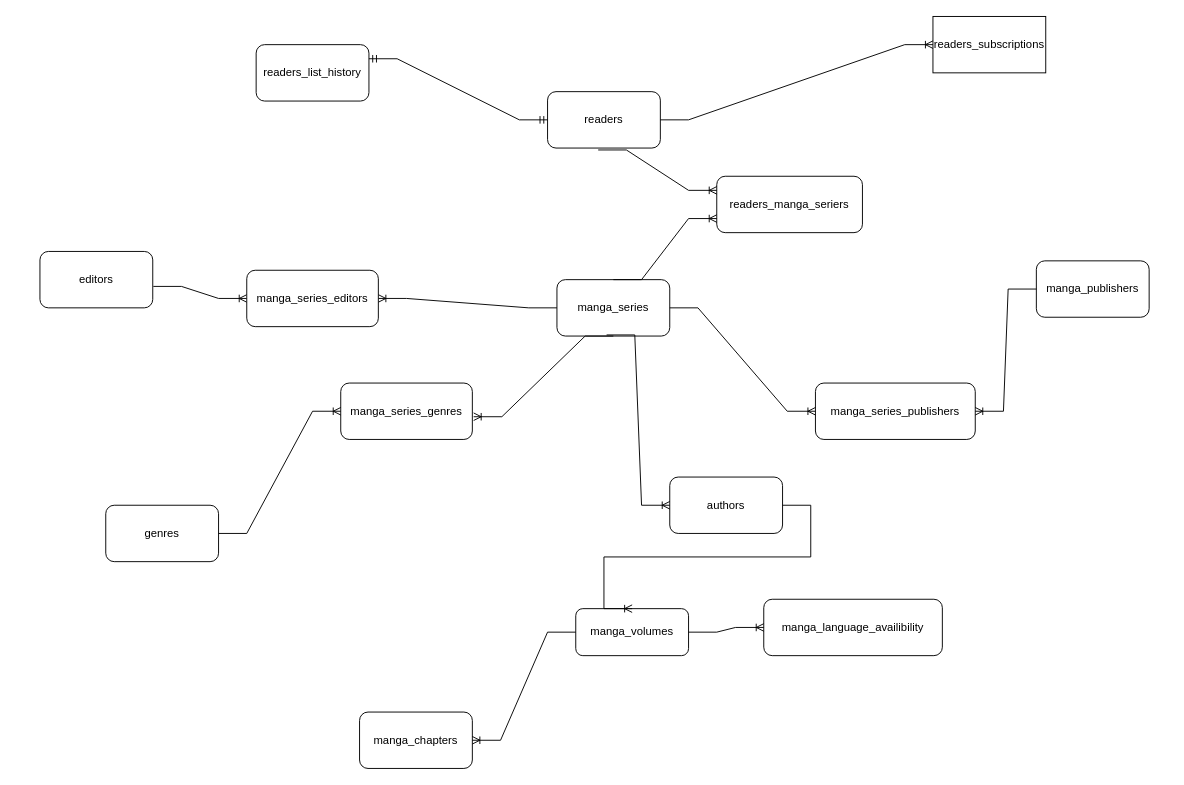
Earlier version of the draw.io diagram model_abstract.drawio (Celestin9/examen_sem_1.db). Source tidied: cells renumbered, new cells numbered last; positions are measured from the earlier drawing's top-left corner, leaving out a move shared by most shapes. Both pictures are drawn from the tidied source at 94%, with x=0, y=0 at pixel (39, 16).
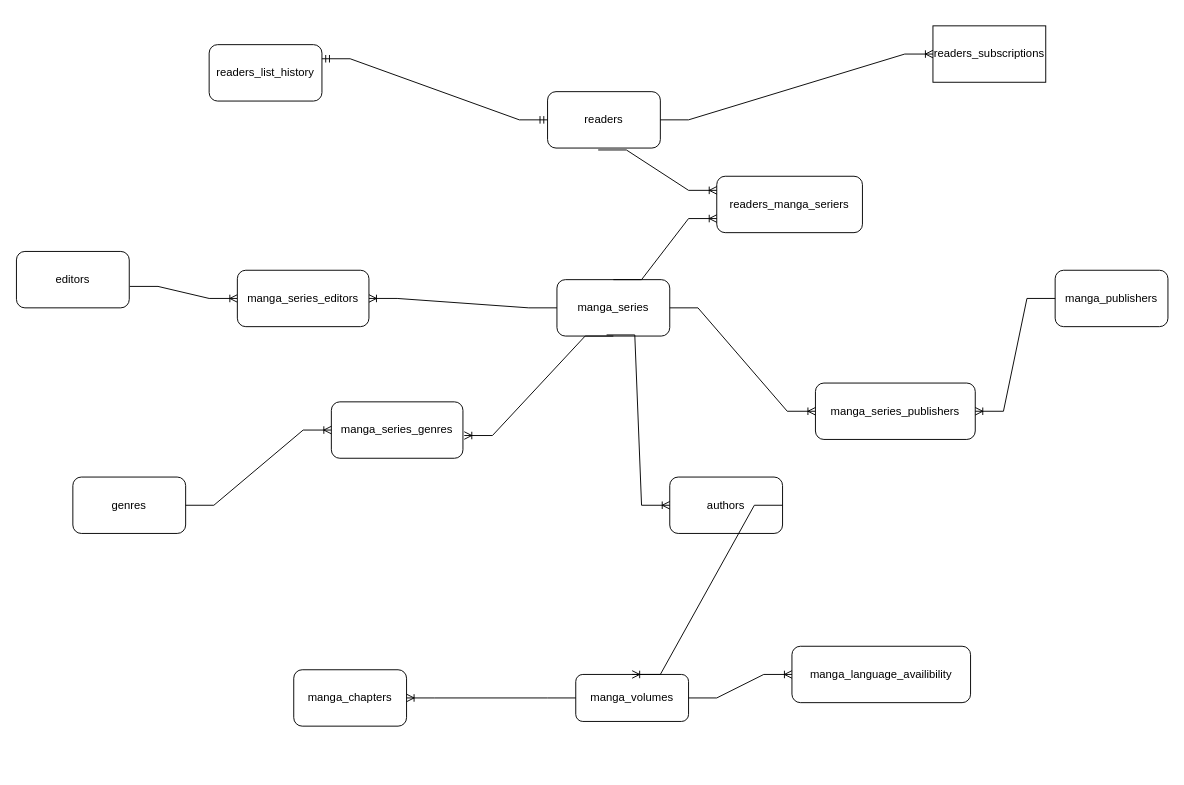
Above is the later version.

Unchanged cells that the change refers to:
```xml
<mxCell id="7" value="authors" style="rounded=1;whiteSpace=wrap;html=1;" parent="1" vertex="1">
  <mxGeometry x="670" y="490" width="120" height="60" as="geometry" />
</mxCell>
```

What changed in the source:
```diff
@@
     <mxCell id="3" value="manga_publishers" style="rounded=1;whiteSpace=wrap;html=1;" parent="1" vertex="1">
-      <mxGeometry x="1060" y="260" width="120" height="60" as="geometry" />
+      <mxGeometry x="1080" y="270" width="120" height="60" as="geometry" />
     </mxCell>
@@
     <mxCell id="8" value="manga_chapters" style="rounded=1;whiteSpace=wrap;html=1;" parent="1" vertex="1">
-      <mxGeometry x="340" y="740" width="120" height="60" as="geometry" />
+      <mxGeometry x="270" y="695" width="120" height="60" as="geometry" />
     </mxCell>
     <mxCell id="9" value="genres" style="rounded=1;whiteSpace=wrap;html=1;" parent="1" vertex="1">
-      <mxGeometry x="70" y="520" width="120" height="60" as="geometry" />
+      <mxGeometry x="35" y="490" width="120" height="60" as="geometry" />
     </mxCell>
     <mxCell id="10" value="manga_volumes" style="rounded=1;whiteSpace=wrap;html=1;" parent="1" vertex="1">
-      <mxGeometry x="570" y="630" width="120" height="50" as="geometry" />
+      <mxGeometry x="570" y="700" width="120" height="50" as="geometry" />
     </mxCell>
     <mxCell id="11" value="manga_language_availibility" style="rounded=1;whiteSpace=wrap;html=1;" parent="1" vertex="1">
-      <mxGeometry x="770" y="620" width="190" height="60" as="geometry" />
+      <mxGeometry x="800" y="670" width="190" height="60" as="geometry" />
     </mxCell>
     <mxCell id="12" value="editors" style="rounded=1;whiteSpace=wrap;html=1;" parent="1" vertex="1">
-      <mxGeometry y="250" width="120" height="60" as="geometry" />
+      <mxGeometry x="-25" y="250" width="120" height="60" as="geometry" />
     </mxCell>
@@
     <mxCell id="16" value="manga_series_editors" style="rounded=1;whiteSpace=wrap;html=1;" parent="1" vertex="1">
-      <mxGeometry x="220" y="270" width="140" height="60" as="geometry" />
+      <mxGeometry x="210" y="270" width="140" height="60" as="geometry" />
     </mxCell>
-    <mxCell id="17" style="edgeStyle=entityRelationEdgeStyle;fontSize=12;html=1;endArrow=ERoneToMany;rounded=0;exitX=1;exitY=0.5;exitDx=0;exitDy=0;" parent="1" edge="1" source="7">
-      <mxGeometry relative="1" as="geometry">
-        <mxPoint x="630" y="630" as="targetPoint" />
-      </mxGeometry>
+    <mxCell id="17" style="edgeStyle=entityRelationEdgeStyle;fontSize=12;html=1;endArrow=ERoneToMany;rounded=0;exitX=1;exitY=0.5;exitDx=0;exitDy=0;entryX=0.5;entryY=0;entryDx=0;entryDy=0;" parent="1" edge="1" source="7" target="10">
+      <mxGeometry relative="1" as="geometry" />
     </mxCell>
@@
     <mxCell id="20" value="manga_series_genres" style="rounded=1;whiteSpace=wrap;html=1;" parent="1" vertex="1">
-      <mxGeometry x="320" y="390" width="140" height="60" as="geometry" />
+      <mxGeometry x="310" y="410" width="140" height="60" as="geometry" />
     </mxCell>
@@
     <mxCell id="23" value="readers_subscriptions" style="rounded=0;whiteSpace=wrap;html=1;" parent="1" vertex="1">
-      <mxGeometry x="950" width="120" height="60" as="geometry" />
+      <mxGeometry x="950" y="10" width="120" height="60" as="geometry" />
     </mxCell>
@@
     <mxCell id="25" value="readers_list_history" style="rounded=1;whiteSpace=wrap;html=1;" parent="1" vertex="1">
-      <mxGeometry x="230" y="30" width="120" height="60" as="geometry" />
+      <mxGeometry x="180" y="30" width="120" height="60" as="geometry" />
     </mxCell>
```
